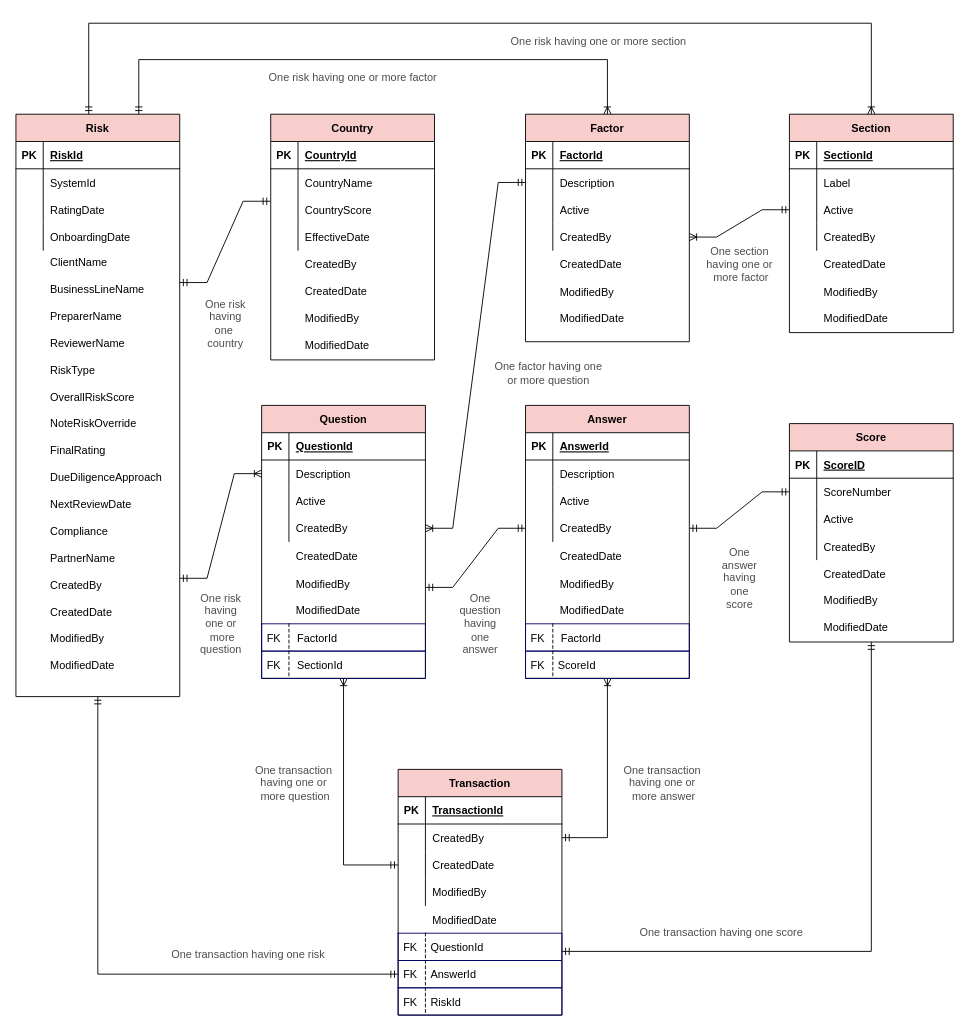
Above: Untitled Diagra.drawio in Deeshti/cs (draw.io), before the change. Source tidied: cells renumbered, new cells numbered last; positions are measured from the earlier drawing's top-left corner, leaving out a move shared by most shapes. Both pictures are drawn from the tidied source at 91%, with x=0, y=0 at pixel (15, 23).
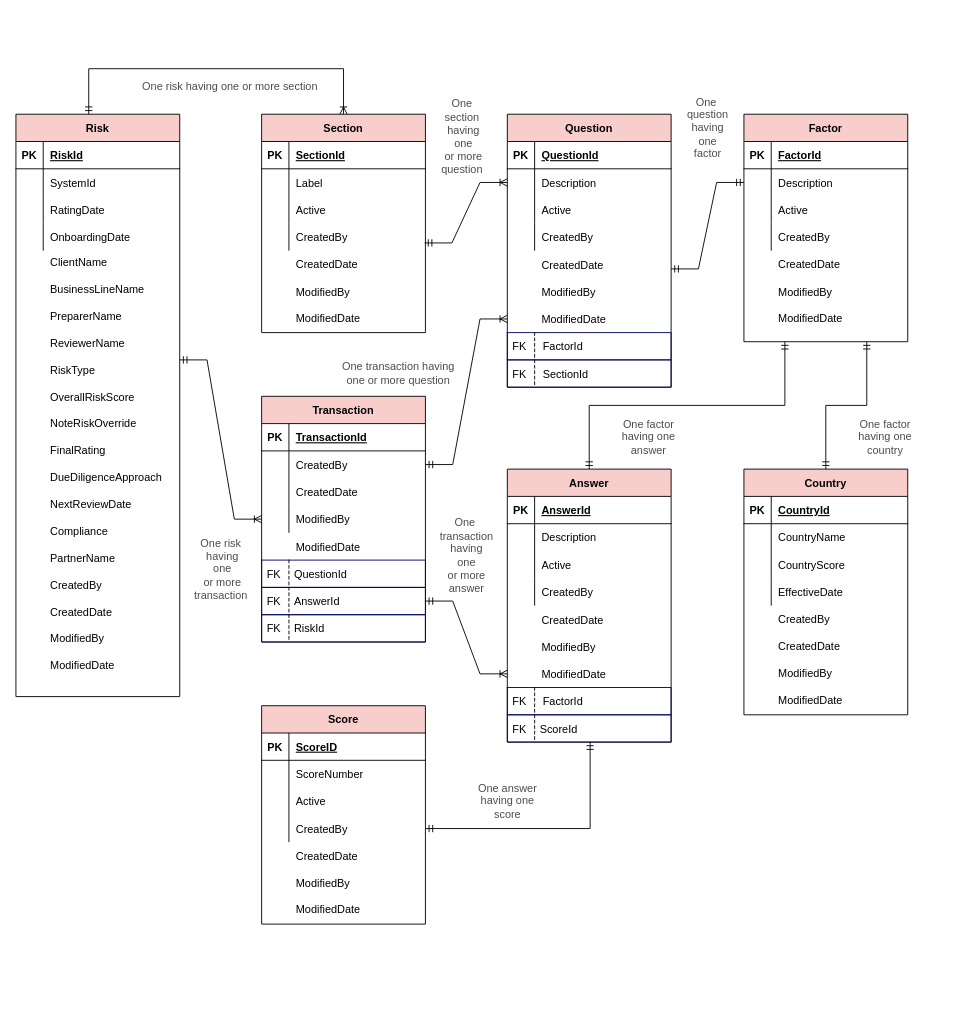
The same diagram, later.

The change refers to these unchanged cells:
```xml
<mxCell id="3" value="Risk" style="shape=table;startSize=30;childLayout=tableLayout;rowLines=0;fontStyle=1;align=center;fillColor=#F8CECC;" parent="2" vertex="1">
  <mxGeometry width="180" height="640" as="geometry" />
</mxCell>
<mxCell id="33" value="Country" style="shape=table;startSize=30;childLayout=tableLayout;rowLines=0;fontStyle=1;align=center;fillColor=#F8CECC;" parent="32" vertex="1">
  <mxGeometry width="180" height="270" as="geometry" />
</mxCell>
<mxCell id="40" style="shape=partialRectangle;fillColor=none;top=0;left=0;bottom=0;right=0;points=[[0,0.5],[1,0.5]];portConstraint=eastwest;" parent="33" vertex="1">
  <mxGeometry y="90" width="180" height="30" as="geometry" />
</mxCell>
<mxCell id="51" value="Question" style="shape=table;startSize=30;childLayout=tableLayout;rowLines=0;fontStyle=1;align=center;fillColor=#F8CECC;" parent="50" vertex="1">
  <mxGeometry width="180" height="300" as="geometry" />
</mxCell>
<mxCell id="55" style="shape=partialRectangle;fillColor=none;top=0;left=0;bottom=0;right=0;points=[[0,0.5],[1,0.5]];portConstraint=eastwest;" parent="51" vertex="1">
  <mxGeometry y="60" width="180" height="30" as="geometry" />
</mxCell>
<mxCell id="61" style="shape=partialRectangle;fillColor=none;top=0;left=0;bottom=0;right=0;points=[[0,0.5],[1,0.5]];portConstraint=eastwest;" parent="51" vertex="1">
  <mxGeometry y="120" width="180" height="30" as="geometry" />
</mxCell>
<mxCell id="72" value="Factor" style="shape=table;startSize=30;childLayout=tableLayout;rowLines=0;fontStyle=1;align=center;fillColor=#F8CECC;" parent="71" vertex="1">
  <mxGeometry width="180" height="250" as="geometry" />
</mxCell>
<mxCell id="76" style="shape=partialRectangle;fillColor=none;top=0;left=0;bottom=0;right=0;points=[[0,0.5],[1,0.5]];portConstraint=eastwest;" parent="72" vertex="1">
  <mxGeometry y="60" width="180" height="30" as="geometry" />
</mxCell>
<mxCell id="82" style="shape=partialRectangle;fillColor=none;top=0;left=0;bottom=0;right=0;points=[[0,0.5],[1,0.5]];portConstraint=eastwest;" parent="72" vertex="1">
  <mxGeometry y="120" width="180" height="30" as="geometry" />
</mxCell>
<mxCell id="89" value="Section" style="shape=table;startSize=30;childLayout=tableLayout;rowLines=0;fontStyle=1;align=center;fillColor=#F8CECC;" parent="88" vertex="1">
  <mxGeometry width="180" height="240" as="geometry" />
</mxCell>
<mxCell id="96" style="shape=partialRectangle;fillColor=none;top=0;left=0;bottom=0;right=0;points=[[0,0.5],[1,0.5]];portConstraint=eastwest;" parent="89" vertex="1">
  <mxGeometry y="90" width="180" height="30" as="geometry" />
</mxCell>
<mxCell id="99" style="shape=partialRectangle;fillColor=none;top=0;left=0;bottom=0;right=0;points=[[0,0.5],[1,0.5]];portConstraint=eastwest;" parent="89" vertex="1">
  <mxGeometry y="120" width="180" height="30" as="geometry" />
</mxCell>
<mxCell id="106" value="Score" style="shape=table;startSize=30;childLayout=tableLayout;rowLines=0;fontStyle=1;align=center;fillColor=#F8CECC;" parent="105" vertex="1">
  <mxGeometry width="180" height="240" as="geometry" />
</mxCell>
<mxCell id="110" style="shape=partialRectangle;fillColor=none;top=0;left=0;bottom=0;right=0;points=[[0,0.5],[1,0.5]];portConstraint=eastwest;" parent="106" vertex="1">
  <mxGeometry y="60" width="180" height="30" as="geometry" />
</mxCell>
<mxCell id="116" style="shape=partialRectangle;fillColor=none;top=0;left=0;bottom=0;right=0;points=[[0,0.5],[1,0.5]];portConstraint=eastwest;" parent="106" vertex="1">
  <mxGeometry y="120" width="180" height="30" as="geometry" />
</mxCell>
<mxCell id="127" style="shape=partialRectangle;fillColor=none;top=0;left=0;bottom=0;right=0;points=[[0,0.5],[1,0.5]];portConstraint=eastwest;" parent="123" vertex="1">
  <mxGeometry y="60" width="180" height="30" as="geometry" />
</mxCell>
<mxCell id="130" style="shape=partialRectangle;fillColor=none;top=0;left=0;bottom=0;right=0;points=[[0,0.5],[1,0.5]];portConstraint=eastwest;" parent="123" vertex="1">
  <mxGeometry y="90" width="180" height="30" as="geometry" />
</mxCell>
<mxCell id="133" style="shape=partialRectangle;fillColor=none;top=0;left=0;bottom=0;right=0;points=[[0,0.5],[1,0.5]];portConstraint=eastwest;" parent="123" vertex="1">
  <mxGeometry y="120" width="180" height="30" as="geometry" />
</mxCell>
<mxCell id="139" value="AnswerId" style="shape=partialRectangle;fillColor=none;align=left;verticalAlign=middle;strokeColor=#000066;spacingLeft=34;points=[[0,0.5],[1,0.5]];portConstraint=eastwest;" parent="122" vertex="1">
  <mxGeometry y="210" width="180" height="30" as="geometry" />
</mxCell>
<mxCell id="168" value="Answer" style="shape=table;startSize=30;childLayout=tableLayout;rowLines=0;fontStyle=1;align=center;fillColor=#F8CECC;" parent="167" vertex="1">
  <mxGeometry width="180" height="300" as="geometry" />
</mxCell>
```

The edit, as a diff of the source:
```diff
@@
     <mxCell id="32" style="group;" parent="1" vertex="1">
-      <mxGeometry x="280" y="100" width="180" height="270" as="geometry" />
+      <mxGeometry x="800" y="490" width="180" height="270" as="geometry" />
     </mxCell>
@@
     <mxCell id="50" style="group;" parent="1" vertex="1">
-      <mxGeometry x="270" y="420" width="180" height="300" as="geometry" />
+      <mxGeometry x="540" y="100" width="180" height="300" as="geometry" />
     </mxCell>
@@
     <mxCell id="71" style="group;" parent="1" vertex="1">
-      <mxGeometry x="560" y="100" width="180" height="250" as="geometry" />
+      <mxGeometry x="800" y="100" width="180" height="250" as="geometry" />
     </mxCell>
@@
     <mxCell id="88" style="group;" parent="1" vertex="1">
-      <mxGeometry x="850" y="100" width="180" height="240" as="geometry" />
+      <mxGeometry x="270" y="100" width="180" height="250" as="geometry" />
     </mxCell>
@@
     <mxCell id="105" style="group;" parent="1" vertex="1">
-      <mxGeometry x="850" y="440" width="180" height="240" as="geometry" />
+      <mxGeometry x="270" y="750" width="180" height="240" as="geometry" />
     </mxCell>
@@
     <mxCell id="122" style="group;" parent="1" vertex="1">
-      <mxGeometry x="420" y="820" width="180" height="270" as="geometry" />
+      <mxGeometry x="270" y="410" width="180" height="270" as="geometry" />
     </mxCell>
@@
-    <mxCell id="143" style="edgeStyle=entityRelationEdgeStyle;fontSize=12;html=1;endArrow=ERmandOne;startArrow=ERmandOne;rounded=0;elbow=vertical;exitX=1;exitY=0.5;exitDx=0;exitDy=0;entryX=0;entryY=0.5;entryDx=0;entryDy=0;" parent="1" edge="1" target="110">
-      <mxGeometry relative="1" as="geometry">
-        <mxPoint x="740" y="555" as="sourcePoint" />
-      </mxGeometry>
-    </mxCell>
-    <mxCell id="144" style="edgeStyle=entityRelationEdgeStyle;fontSize=12;html=1;endArrow=ERmandOne;startArrow=ERmandOne;rounded=0;elbow=vertical;entryX=0;entryY=0.5;entryDx=0;entryDy=0;" parent="1" edge="1">
-      <mxGeometry relative="1" as="geometry">
-        <mxPoint x="450" y="620" as="sourcePoint" />
-        <mxPoint x="560" y="555" as="targetPoint" />
-      </mxGeometry>
-    </mxCell>
-    <mxCell id="145" style="edgeStyle=entityRelationEdgeStyle;fontSize=12;html=1;endArrow=ERmandOne;startArrow=ERmandOne;rounded=0;elbow=vertical;entryX=-0.002;entryY=0.188;entryDx=0;entryDy=0;entryPerimeter=0;" parent="1" edge="1" target="40">
-      <mxGeometry relative="1" as="geometry">
-        <mxPoint x="180" y="285" as="sourcePoint" />
-      </mxGeometry>
-    </mxCell>
-    <mxCell id="146" style="edgeStyle=entityRelationEdgeStyle;fontSize=12;html=1;endArrow=ERoneToMany;startArrow=ERmandOne;rounded=0;elbow=vertical;entryX=0;entryY=0.5;entryDx=0;entryDy=0;" parent="1" edge="1" target="55">
-      <mxGeometry relative="1" as="geometry">
-        <mxPoint x="180" y="610" as="sourcePoint" />
-      </mxGeometry>
-    </mxCell>
-    <mxCell id="147" style="edgeStyle=orthogonalEdgeStyle;fontSize=12;html=1;endArrow=ERoneToMany;startArrow=ERmandOne;rounded=0;elbow=vertical;exitX=0.75;exitY=0;exitDx=0;exitDy=0;entryX=0.5;entryY=0;entryDx=0;entryDy=0;" parent="1" edge="1" source="3" target="72">
-      <mxGeometry relative="1" as="geometry">
-        <Array as="points">
-          <mxPoint x="135" y="40" />
-          <mxPoint x="650" y="40" />
-        </Array>
-      </mxGeometry>
-    </mxCell>
     <mxCell id="148" style="edgeStyle=orthogonalEdgeStyle;fontSize=12;html=1;endArrow=ERoneToMany;startArrow=ERmandOne;rounded=0;elbow=vertical;exitX=0.75;exitY=0;exitDx=0;exitDy=0;entryX=0.5;entryY=0;entryDx=0;entryDy=0;" parent="1" edge="1" target="89">
       <mxGeometry relative="1" as="geometry">
         <mxPoint x="80" y="100" as="sourcePoint" />
         <Array as="points">
-          <mxPoint x="80" />
-          <mxPoint x="940" />
+          <mxPoint x="80" y="50" />
+          <mxPoint x="360" y="50" />
         </Array>
       </mxGeometry>
     </mxCell>
-    <mxCell id="149" value="&lt;font color=&quot;#4d4d4d&quot;&gt;One section &lt;br&gt;having one or&lt;br&gt;&amp;nbsp;more factor&lt;/font&gt;" style="text;html=1;align=center;verticalAlign=middle;strokeColor=none;fillColor=none;" parent="1" vertex="1">
-      <mxGeometry x="750" y="240" width="90" height="50" as="geometry" />
-    </mxCell>
-    <mxCell id="150" style="edgeStyle=entityRelationEdgeStyle;fontSize=12;html=1;endArrow=ERoneToMany;startArrow=ERmandOne;rounded=0;elbow=vertical;entryX=1;entryY=0.5;entryDx=0;entryDy=0;exitX=0;exitY=0.5;exitDx=0;exitDy=0;" parent="1" edge="1" source="96" target="82">
-      <mxGeometry relative="1" as="geometry" />
-    </mxCell>
-    <mxCell id="151" value="&lt;font color=&quot;#4d4d4d&quot;&gt;One risk&lt;br&gt;having &lt;br&gt;one or&lt;br&gt;&amp;nbsp;more &lt;br&gt;question&lt;/font&gt;" style="text;html=1;align=center;verticalAlign=middle;strokeColor=none;fillColor=none;" parent="1" vertex="1">
-      <mxGeometry x="195" y="620" width="60" height="80" as="geometry" />
-    </mxCell>
-    <mxCell id="152" value="&lt;font color=&quot;#4d4d4d&quot;&gt;One risk&lt;br&gt;having &lt;br&gt;one&amp;nbsp;&lt;br&gt;country&lt;/font&gt;" style="text;html=1;align=center;verticalAlign=middle;strokeColor=none;fillColor=none;" parent="1" vertex="1">
-      <mxGeometry x="200" y="300" width="60" height="60" as="geometry" />
-    </mxCell>
-    <mxCell id="153" value="&lt;font color=&quot;#4d4d4d&quot;&gt;One &lt;br&gt;question &lt;br&gt;having &lt;br&gt;one &lt;br&gt;answer&lt;/font&gt;" style="text;html=1;align=center;verticalAlign=middle;strokeColor=none;fillColor=none;" parent="1" vertex="1">
-      <mxGeometry x="480" y="620" width="60" height="80" as="geometry" />
-    </mxCell>
-    <mxCell id="154" value="&lt;font color=&quot;#4d4d4d&quot;&gt;One &lt;br&gt;answer &lt;br&gt;having &lt;br&gt;one &lt;br&gt;score&lt;/font&gt;" style="text;html=1;align=center;verticalAlign=middle;strokeColor=none;fillColor=none;" parent="1" vertex="1">
-      <mxGeometry x="770" y="570" width="50" height="80" as="geometry" />
-    </mxCell>
-    <mxCell id="155" value="&lt;font color=&quot;#4d4d4d&quot;&gt;One risk having one or&amp;nbsp;more factor&lt;/font&gt;" style="text;html=1;align=center;verticalAlign=middle;strokeColor=none;fillColor=none;" parent="1" vertex="1">
-      <mxGeometry x="270" y="50" width="200" height="20" as="geometry" />
-    </mxCell>
     <mxCell id="156" value="&lt;font color=&quot;#4d4d4d&quot;&gt;One risk having one or&amp;nbsp;more section&lt;/font&gt;" style="text;html=1;align=center;verticalAlign=middle;strokeColor=none;fillColor=none;" parent="1" vertex="1">
-      <mxGeometry x="535" y="10" width="210" height="20" as="geometry" />
+      <mxGeometry x="130" y="60" width="210" height="20" as="geometry" />
     </mxCell>
-    <mxCell id="157" style="edgeStyle=entityRelationEdgeStyle;fontSize=12;html=1;endArrow=ERoneToMany;startArrow=ERmandOne;rounded=0;elbow=vertical;entryX=1;entryY=0.5;entryDx=0;entryDy=0;exitX=0;exitY=0.5;exitDx=0;exitDy=0;" parent="1" edge="1" source="76" target="61">
-      <mxGeometry relative="1" as="geometry" />
-    </mxCell>
-    <mxCell id="158" value="&lt;font color=&quot;#4d4d4d&quot;&gt;One factor having one &lt;br&gt;or more question&lt;/font&gt;" style="text;html=1;align=center;verticalAlign=middle;strokeColor=none;fillColor=none;" parent="1" vertex="1">
-      <mxGeometry x="520" y="370" width="130" height="30" as="geometry" />
-    </mxCell>
-    <mxCell id="159" style="edgeStyle=orthogonalEdgeStyle;fontSize=12;html=1;endArrow=ERmandOne;startArrow=ERmandOne;rounded=0;entryX=0.5;entryY=1;entryDx=0;entryDy=0;elbow=vertical;exitX=0;exitY=0.5;exitDx=0;exitDy=0;" parent="1" edge="1" source="139" target="3">
-      <mxGeometry relative="1" as="geometry">
-        <Array as="points">
-          <mxPoint x="90" y="1045" />
-        </Array>
-      </mxGeometry>
-    </mxCell>
-    <mxCell id="160" style="edgeStyle=elbowEdgeStyle;fontSize=12;html=1;endArrow=ERoneToMany;startArrow=ERmandOne;rounded=0;exitX=0;exitY=0.5;exitDx=0;exitDy=0;entryX=0.5;entryY=1;entryDx=0;entryDy=0;" parent="1" edge="1" source="130" target="51">
-      <mxGeometry relative="1" as="geometry">
-        <Array as="points">
-          <mxPoint x="360" y="830" />
-        </Array>
-      </mxGeometry>
-    </mxCell>
-    <mxCell id="161" style="edgeStyle=elbowEdgeStyle;fontSize=12;html=1;endArrow=ERoneToMany;startArrow=ERmandOne;rounded=0;exitX=1;exitY=0.5;exitDx=0;exitDy=0;" parent="1" edge="1" source="127">
-      <mxGeometry relative="1" as="geometry">
-        <mxPoint x="650" y="720" as="targetPoint" />
-        <Array as="points">
-          <mxPoint x="650" y="840" />
-        </Array>
-      </mxGeometry>
-    </mxCell>
-    <mxCell id="162" style="edgeStyle=orthogonalEdgeStyle;fontSize=12;html=1;endArrow=ERmandOne;startArrow=ERmandOne;rounded=0;elbow=vertical;exitX=0.5;exitY=1;exitDx=0;exitDy=0;" parent="1" edge="1" source="106">
-      <mxGeometry relative="1" as="geometry">
-        <mxPoint x="600" y="1020" as="targetPoint" />
-        <Array as="points">
-          <mxPoint x="940" y="1020" />
-          <mxPoint x="600" y="1020" />
-        </Array>
-      </mxGeometry>
-    </mxCell>
-    <mxCell id="163" value="&lt;font color=&quot;#4d4d4d&quot;&gt;One transaction&lt;br&gt;having one or&lt;br&gt;&amp;nbsp;more question&lt;/font&gt;" style="text;html=1;align=center;verticalAlign=middle;strokeColor=none;fillColor=none;" parent="1" vertex="1">
-      <mxGeometry x="255" y="810" width="100" height="50" as="geometry" />
-    </mxCell>
-    <mxCell id="164" value="&lt;font color=&quot;#4d4d4d&quot;&gt;One transaction&lt;br&gt;having one or&lt;br&gt;&amp;nbsp;more answer&lt;/font&gt;" style="text;html=1;align=center;verticalAlign=middle;strokeColor=none;fillColor=none;" parent="1" vertex="1">
-      <mxGeometry x="660" y="810" width="100" height="50" as="geometry" />
-    </mxCell>
-    <mxCell id="165" value="&lt;font color=&quot;#4d4d4d&quot;&gt;One transaction having one score&lt;/font&gt;" style="text;html=1;align=center;verticalAlign=middle;strokeColor=none;fillColor=none;" parent="1" vertex="1">
-      <mxGeometry x="680" y="990" width="190" height="20" as="geometry" />
-    </mxCell>
-    <mxCell id="166" value="&lt;font color=&quot;#4d4d4d&quot;&gt;One transaction having one risk&lt;/font&gt;" style="text;html=1;align=center;verticalAlign=middle;strokeColor=none;fillColor=none;" parent="1" vertex="1">
-      <mxGeometry x="165" y="1014" width="180" height="20" as="geometry" />
-    </mxCell>
     <mxCell id="167" style="group;" parent="1" vertex="1">
-      <mxGeometry x="560" y="420" width="180" height="300" as="geometry" />
+      <mxGeometry x="540" y="490" width="180" height="300" as="geometry" />
     </mxCell>
@@
+    <mxCell id="188" style="edgeStyle=entityRelationEdgeStyle;fontSize=12;html=1;endArrow=ERmandOne;startArrow=ERmandOne;rounded=0;fontColor=#4D4D4D;entryX=0;entryY=0.5;entryDx=0;entryDy=0;" parent="1" edge="1" target="76">
+      <mxGeometry relative="1" as="geometry">
+        <mxPoint x="720" y="270" as="sourcePoint" />
+      </mxGeometry>
+    </mxCell>
+    <mxCell id="189" style="edgeStyle=entityRelationEdgeStyle;fontSize=12;html=1;endArrow=ERoneToMany;startArrow=ERmandOne;rounded=0;fontColor=#4D4D4D;entryX=0;entryY=0.5;entryDx=0;entryDy=0;exitX=0.995;exitY=0.716;exitDx=0;exitDy=0;exitPerimeter=0;" parent="1" edge="1" source="99" target="55">
+      <mxGeometry relative="1" as="geometry" />
+    </mxCell>
+    <mxCell id="190" style="edgeStyle=entityRelationEdgeStyle;fontSize=12;html=1;endArrow=ERoneToMany;startArrow=ERmandOne;rounded=0;fontColor=#4D4D4D;exitX=1;exitY=0.5;exitDx=0;exitDy=0;entryX=0;entryY=0.75;entryDx=0;entryDy=0;" parent="1" edge="1" source="127" target="51">
+      <mxGeometry relative="1" as="geometry" />
+    </mxCell>
+    <mxCell id="191" style="edgeStyle=entityRelationEdgeStyle;fontSize=12;html=1;endArrow=ERoneToMany;startArrow=ERmandOne;rounded=0;fontColor=#4D4D4D;exitX=1;exitY=0.5;exitDx=0;exitDy=0;entryX=0;entryY=0.75;entryDx=0;entryDy=0;" parent="1" edge="1" source="139" target="168">
+      <mxGeometry relative="1" as="geometry" />
+    </mxCell>
+    <mxCell id="192" style="edgeStyle=orthogonalEdgeStyle;fontSize=12;html=1;endArrow=ERmandOne;startArrow=ERmandOne;rounded=0;fontColor=#4D4D4D;entryX=0.25;entryY=1;entryDx=0;entryDy=0;exitX=0.5;exitY=0;exitDx=0;exitDy=0;" parent="1" edge="1" source="168" target="72">
+      <mxGeometry relative="1" as="geometry" />
+    </mxCell>
+    <mxCell id="193" style="edgeStyle=orthogonalEdgeStyle;fontSize=12;html=1;endArrow=ERmandOne;startArrow=ERmandOne;rounded=0;fontColor=#4D4D4D;entryX=0.75;entryY=1;entryDx=0;entryDy=0;exitX=0.5;exitY=0;exitDx=0;exitDy=0;" parent="1" edge="1" source="33" target="72">
+      <mxGeometry relative="1" as="geometry" />
+    </mxCell>
+    <mxCell id="194" style="edgeStyle=orthogonalEdgeStyle;fontSize=12;html=1;endArrow=ERmandOne;startArrow=ERmandOne;rounded=0;fontColor=#4D4D4D;exitX=1;exitY=0.5;exitDx=0;exitDy=0;" parent="1" edge="1" source="116">
+      <mxGeometry relative="1" as="geometry">
+        <mxPoint x="631" y="790" as="targetPoint" />
+        <Array as="points">
+          <mxPoint x="631" y="885" />
+        </Array>
+      </mxGeometry>
+    </mxCell>
+    <mxCell id="195" style="edgeStyle=entityRelationEdgeStyle;fontSize=12;html=1;endArrow=ERoneToMany;startArrow=ERmandOne;rounded=0;fontColor=#4D4D4D;entryX=0;entryY=0.5;entryDx=0;entryDy=0;" parent="1" edge="1" target="133">
+      <mxGeometry relative="1" as="geometry">
+        <mxPoint x="180" y="370" as="sourcePoint" />
+      </mxGeometry>
+    </mxCell>
+    <mxCell id="196" value="&lt;font color=&quot;#4d4d4d&quot;&gt;One risk&lt;br&gt;&amp;nbsp;having&lt;br&gt;&amp;nbsp;one&lt;br&gt;&amp;nbsp;or&amp;nbsp;more &lt;br&gt;transaction&lt;/font&gt;" style="text;html=1;align=center;verticalAlign=middle;strokeColor=none;fillColor=none;" parent="1" vertex="1">
+      <mxGeometry x="190" y="560" width="70" height="80" as="geometry" />
+    </mxCell>
+    <mxCell id="197" value="&lt;font color=&quot;#4d4d4d&quot;&gt;One &lt;br&gt;section&lt;br&gt;&amp;nbsp;having&lt;br&gt;&amp;nbsp;one&lt;br&gt;&amp;nbsp;or&amp;nbsp;more &lt;br&gt;question&lt;br&gt;&lt;/font&gt;" style="text;html=1;align=center;verticalAlign=middle;strokeColor=none;fillColor=none;" parent="1" vertex="1">
+      <mxGeometry x="460" y="80" width="60" height="90" as="geometry" />
+    </mxCell>
+    <mxCell id="198" value="&lt;font color=&quot;#4d4d4d&quot;&gt;One&amp;nbsp;&lt;br&gt;question&lt;br&gt;having&lt;br&gt;one&lt;br&gt;factor&lt;br&gt;&lt;/font&gt;" style="text;html=1;align=center;verticalAlign=middle;strokeColor=none;fillColor=none;" parent="1" vertex="1">
+      <mxGeometry x="730" y="75" width="60" height="80" as="geometry" />
+    </mxCell>
+    <mxCell id="199" value="&lt;font color=&quot;#4d4d4d&quot;&gt;One factor&lt;br&gt;having one&lt;br&gt;answer&lt;br&gt;&lt;/font&gt;" style="text;html=1;align=center;verticalAlign=middle;strokeColor=none;fillColor=none;" parent="1" vertex="1">
+      <mxGeometry x="660" y="430" width="70" height="50" as="geometry" />
+    </mxCell>
+    <mxCell id="200" value="&lt;font color=&quot;#4d4d4d&quot;&gt;One factor&lt;br&gt;having one&lt;br&gt;country&lt;br&gt;&lt;/font&gt;" style="text;html=1;align=center;verticalAlign=middle;strokeColor=none;fillColor=none;" parent="1" vertex="1">
+      <mxGeometry x="920" y="430" width="70" height="50" as="geometry" />
+    </mxCell>
+    <mxCell id="154" value="&lt;font color=&quot;#4d4d4d&quot;&gt;One answer&lt;br&gt;having one&lt;br&gt;score&lt;br&gt;&lt;/font&gt;" style="text;html=1;align=center;verticalAlign=middle;strokeColor=none;fillColor=none;" parent="1" vertex="1">
+      <mxGeometry x="500" y="830" width="80" height="50" as="geometry" />
+    </mxCell>
+    <mxCell id="164" value="&lt;font color=&quot;#4d4d4d&quot;&gt;One&amp;nbsp;&lt;br&gt;transaction&lt;br&gt;having &lt;br&gt;one&lt;br&gt;or more&lt;br&gt;answer&lt;br&gt;&lt;/font&gt;" style="text;html=1;align=center;verticalAlign=middle;strokeColor=none;fillColor=none;" parent="1" vertex="1">
+      <mxGeometry x="460" y="540" width="70" height="90" as="geometry" />
+    </mxCell>
+    <mxCell id="163" value="&lt;font color=&quot;#4d4d4d&quot;&gt;One transaction having&lt;br&gt;one or more question&lt;br&gt;&lt;/font&gt;" style="text;html=1;align=center;verticalAlign=middle;strokeColor=none;fillColor=none;" parent="1" vertex="1">
+      <mxGeometry x="350" y="370" width="140" height="30" as="geometry" />
+    </mxCell>
```
